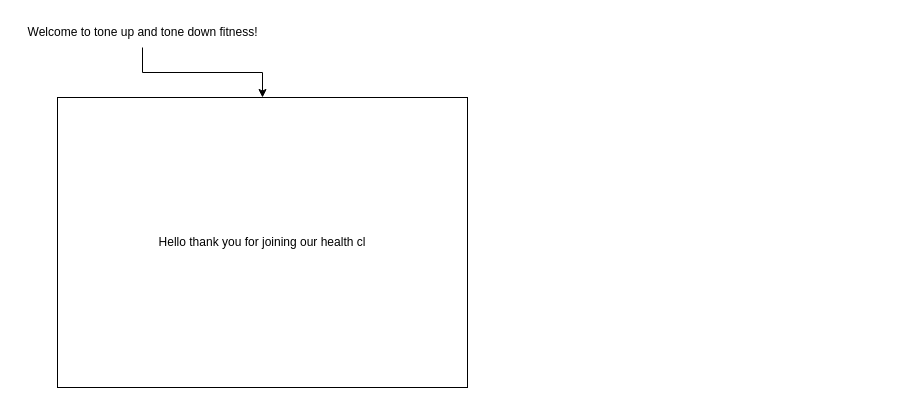
Earlier version of the draw.io diagram project.drawio (imgouted/My-Personal-Project). Source tidied: cells renumbered, new cells numbered last; positions are measured from the earlier drawing's top-left corner, leaving out a move shared by most shapes. Both pictures are drawn from the tidied source at 100%, with x=0, y=0 at pixel (17, 17).
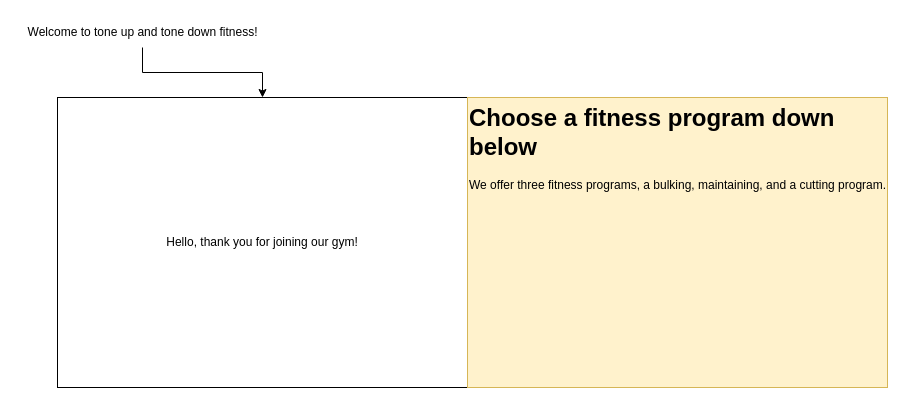
After the change.

Change to the diagram source:
```diff
@@
 <mxGraphModel>
   <root>
     <mxCell id="0" />
     <mxCell id="1" parent="0" />
     <mxCell id="2" style="edgeStyle=orthogonalEdgeStyle;rounded=0;jettySize=auto;html=1;" parent="1" edge="1" source="3" target="4">
       <mxGeometry relative="1" as="geometry" />
     </mxCell>
     <mxCell id="3" value="Welcome to tone up and tone down fitness!" style="text;html=1;align=center;verticalAlign=middle;points=[];strokeColor=none;fillColor=none;" parent="1" vertex="1">
       <mxGeometry width="250" height="30" as="geometry" />
     </mxCell>
-    <mxCell id="4" value="Hello thank you for joining our health cl" style="rounded=0;whiteSpace=wrap;html=1;" parent="1" vertex="1">
+    <mxCell id="4" value="Hello, thank you for joining our gym!" style="rounded=0;whiteSpace=wrap;html=1;" parent="1" vertex="1">
       <mxGeometry x="40" y="80" width="410" height="290" as="geometry" />
     </mxCell>
+    <mxCell id="5" value="&lt;h1 style=&quot;margin-top: 0px;&quot;&gt;Choose a fitness program down below&lt;/h1&gt;&lt;p&gt;We offer three fitness programs, a bulking, maintaining, and a cutting program.&lt;/p&gt;" style="text;html=1;whiteSpace=wrap;overflow=hidden;rounded=0;fillColor=#fff2cc;strokeColor=#d6b656;" parent="1" vertex="1">
+      <mxGeometry x="450" y="80" width="420" height="290" as="geometry" />
+    </mxCell>
   </root>
 </mxGraphModel>
```
